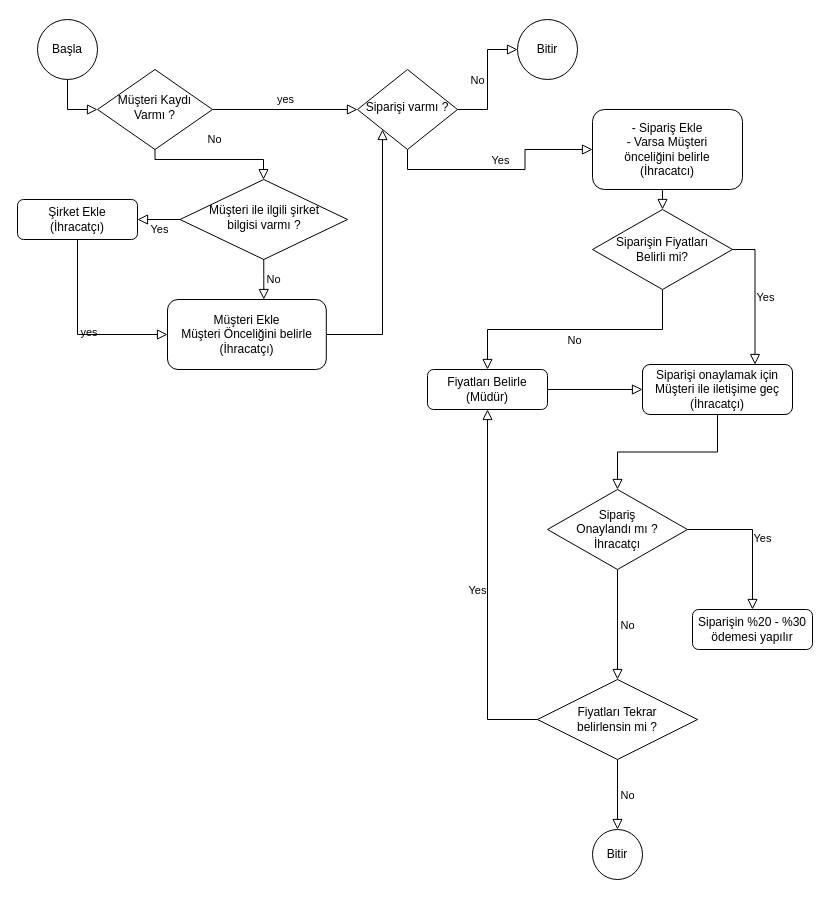
Earlier version of the draw.io diagram akisdiyagrami.drawio (viacelal/akisdiagrami). Source tidied: cells renumbered, new cells numbered last; positions are measured from the earlier drawing's top-left corner, leaving out a move shared by most shapes. Both pictures are drawn from the tidied source at 100%, with x=0, y=0 at pixel (17, 19).
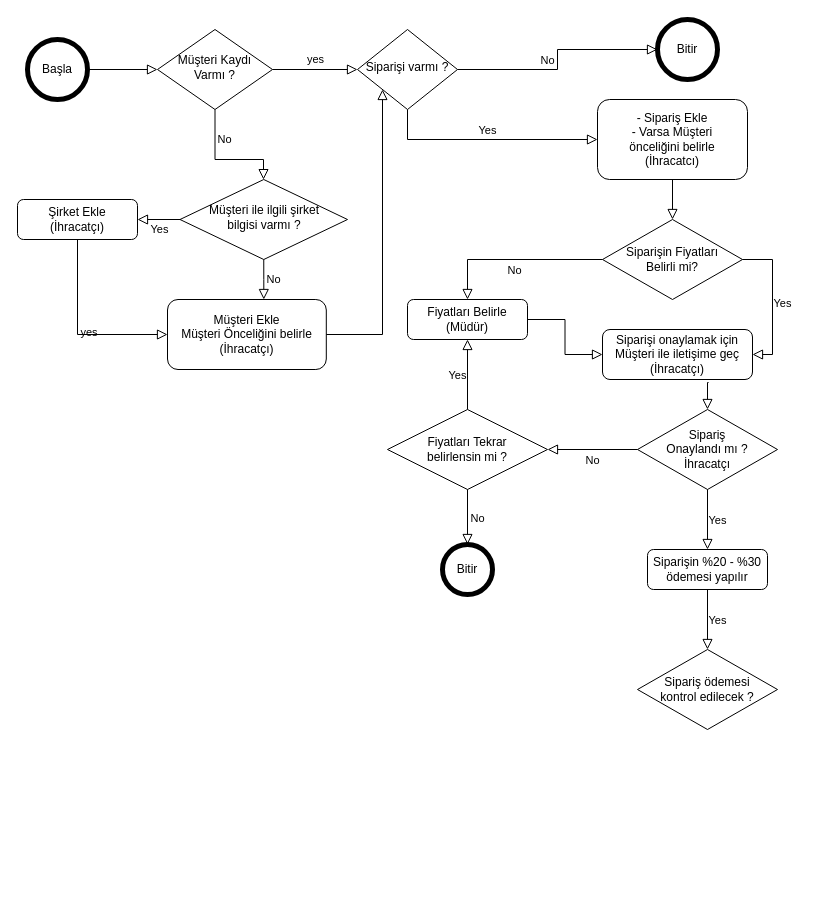
The same diagram, later.

Unchanged cells that the change refers to:
```xml
<mxCell id="4" value="Müşteri ile ilgili şirket &lt;br&gt;bilgisi varmı ?" style="rhombus;whiteSpace=wrap;html=1;shadow=0;fontFamily=Helvetica;fontSize=12;align=center;strokeWidth=1;spacing=6;spacingTop=-4;" parent="1" vertex="1">
  <mxGeometry x="162.5" y="160" width="167.5" height="80" as="geometry" />
</mxCell>
```

Change to the diagram source:
```diff
@@
-    <mxCell id="2" style="rounded=0;html=1;jettySize=auto;fontSize=11;endArrow=block;endFill=0;endSize=8;strokeWidth=1;shadow=0;labelBackgroundColor=none;edgeStyle=orthogonalEdgeStyle;exitX=0.5;exitY=1;exitDx=0;exitDy=0;entryX=0;entryY=0.5;entryDx=0;entryDy=0;" parent="1" edge="1" source="26" target="7">
+    <mxCell id="2" style="rounded=0;html=1;jettySize=auto;fontSize=11;endArrow=block;endFill=0;endSize=8;strokeWidth=1;shadow=0;labelBackgroundColor=none;edgeStyle=orthogonalEdgeStyle;exitX=1;exitY=0.5;exitDx=0;exitDy=0;entryX=0;entryY=0.5;entryDx=0;entryDy=0;" parent="1" edge="1" source="26" target="7">
       <mxGeometry relative="1" as="geometry" />
     </mxCell>
@@
     <mxCell id="6" value="Siparişi varmı ?" style="rhombus;whiteSpace=wrap;html=1;shadow=0;fontFamily=Helvetica;fontSize=12;align=center;strokeWidth=1;spacing=6;spacingTop=-4;" parent="1" vertex="1">
-      <mxGeometry x="340" y="50" width="100" height="80" as="geometry" />
+      <mxGeometry x="340" y="10" width="100" height="80" as="geometry" />
     </mxCell>
     <mxCell id="7" value="Müşteri Kaydı&lt;br&gt; Varmı ?" style="rhombus;whiteSpace=wrap;html=1;shadow=0;fontFamily=Helvetica;fontSize=12;align=center;strokeWidth=1;spacing=6;spacingTop=-4;" parent="1" vertex="1">
-      <mxGeometry x="80" y="50" width="115" height="80" as="geometry" />
+      <mxGeometry x="140" y="10" width="115" height="80" as="geometry" />
     </mxCell>
@@
     <mxCell id="9" value="- Sipariş Ekle&lt;br&gt;- Varsa Müşteri &lt;br&gt;önceliğini belirle&lt;br&gt;(İhracatcı)" style="rounded=1;whiteSpace=wrap;html=1;fontSize=12;glass=0;strokeWidth=1;shadow=0;" parent="1" vertex="1">
-      <mxGeometry x="575" y="90" width="150" height="80" as="geometry" />
+      <mxGeometry x="580" y="80" width="150" height="80" as="geometry" />
     </mxCell>
     <mxCell id="10" value="No" style="rounded=0;html=1;jettySize=auto;fontSize=11;endArrow=block;endFill=0;endSize=8;strokeWidth=1;shadow=0;labelBackgroundColor=none;edgeStyle=orthogonalEdgeStyle;exitX=0.5;exitY=1;exitDx=0;exitDy=0;" parent="1" edge="1" source="7" target="4">
       <mxGeometry y="20" relative="1" as="geometry">
         <Array as="points">
-          <mxPoint x="138" y="140" />
+          <mxPoint x="198" y="140" />
           <mxPoint x="246" y="140" />
         </Array>
       </mxGeometry>
     </mxCell>
@@
     <mxCell id="17" value="Siparişin Fiyatları &lt;br&gt;Belirli mi?" style="rhombus;whiteSpace=wrap;html=1;" parent="1" vertex="1">
-      <mxGeometry x="575" y="190" width="140" height="80" as="geometry" />
+      <mxGeometry x="585" y="200" width="140" height="80" as="geometry" />
     </mxCell>
-    <mxCell id="18" value="No" style="edgeStyle=orthogonalEdgeStyle;rounded=0;html=1;jettySize=auto;fontSize=11;endArrow=block;endFill=0;endSize=8;strokeWidth=1;shadow=0;labelBackgroundColor=none;exitX=0.5;exitY=1;exitDx=0;exitDy=0;entryX=0.5;entryY=0;entryDx=0;entryDy=0;" parent="1" edge="1" source="17" target="19">
+    <mxCell id="18" value="No" style="edgeStyle=orthogonalEdgeStyle;rounded=0;html=1;jettySize=auto;fontSize=11;endArrow=block;endFill=0;endSize=8;strokeWidth=1;shadow=0;labelBackgroundColor=none;exitX=0;exitY=0.5;exitDx=0;exitDy=0;entryX=0.5;entryY=0;entryDx=0;entryDy=0;" parent="1" edge="1" source="17" target="19">
       <mxGeometry y="10" relative="1" as="geometry">
         <mxPoint y="1" as="offset" />
       </mxGeometry>
     </mxCell>
     <mxCell id="19" value="Fiyatları Belirle&lt;br&gt;(Müdür)" style="rounded=1;whiteSpace=wrap;html=1;fontSize=12;glass=0;strokeWidth=1;shadow=0;" parent="1" vertex="1">
-      <mxGeometry x="410" y="350" width="120" height="40" as="geometry" />
+      <mxGeometry x="390" y="280" width="120" height="40" as="geometry" />
     </mxCell>
@@
     <mxCell id="21" value="Sipariş &lt;br&gt;Onaylandı mı ?&lt;br&gt;İhracatçı" style="rhombus;whiteSpace=wrap;html=1;" parent="1" vertex="1">
-      <mxGeometry x="530" y="470" width="140" height="80" as="geometry" />
+      <mxGeometry x="620" y="390" width="140" height="80" as="geometry" />
     </mxCell>
-    <mxCell id="22" value="Yes" style="edgeStyle=orthogonalEdgeStyle;rounded=0;html=1;jettySize=auto;fontSize=11;endArrow=block;endFill=0;endSize=8;strokeWidth=1;shadow=0;labelBackgroundColor=none;exitX=1;exitY=0.5;exitDx=0;exitDy=0;entryX=0.75;entryY=0;entryDx=0;entryDy=0;" parent="1" edge="1" source="17" target="32">
+    <mxCell id="22" value="Yes" style="edgeStyle=orthogonalEdgeStyle;rounded=0;html=1;jettySize=auto;fontSize=11;endArrow=block;endFill=0;endSize=8;strokeWidth=1;shadow=0;labelBackgroundColor=none;exitX=1;exitY=0.5;exitDx=0;exitDy=0;entryX=1;entryY=0.5;entryDx=0;entryDy=0;" parent="1" edge="1" source="17" target="32">
       <mxGeometry y="10" relative="1" as="geometry">
         <mxPoint y="1" as="offset" />
       </mxGeometry>
     </mxCell>
-    <mxCell id="23" value="Yes" style="edgeStyle=orthogonalEdgeStyle;rounded=0;html=1;jettySize=auto;fontSize=11;endArrow=block;endFill=0;endSize=8;strokeWidth=1;shadow=0;labelBackgroundColor=none;exitX=1;exitY=0.5;exitDx=0;exitDy=0;entryX=0.5;entryY=0;entryDx=0;entryDy=0;" parent="1" edge="1" source="21" target="34">
+    <mxCell id="23" value="Yes" style="edgeStyle=orthogonalEdgeStyle;rounded=0;html=1;jettySize=auto;fontSize=11;endArrow=block;endFill=0;endSize=8;strokeWidth=1;shadow=0;labelBackgroundColor=none;exitX=0.5;exitY=1;exitDx=0;exitDy=0;entryX=0.5;entryY=0;entryDx=0;entryDy=0;" parent="1" edge="1" source="21" target="34">
       <mxGeometry y="10" relative="1" as="geometry">
         <mxPoint y="1" as="offset" />
       </mxGeometry>
     </mxCell>
-    <mxCell id="24" value="No" style="edgeStyle=orthogonalEdgeStyle;rounded=0;html=1;jettySize=auto;fontSize=11;endArrow=block;endFill=0;endSize=8;strokeWidth=1;shadow=0;labelBackgroundColor=none;exitX=0.5;exitY=1;exitDx=0;exitDy=0;entryX=0.5;entryY=0;entryDx=0;entryDy=0;" parent="1" edge="1" source="21" target="29">
+    <mxCell id="24" value="No" style="edgeStyle=orthogonalEdgeStyle;rounded=0;html=1;jettySize=auto;fontSize=11;endArrow=block;endFill=0;endSize=8;strokeWidth=1;shadow=0;labelBackgroundColor=none;exitX=0;exitY=0.5;exitDx=0;exitDy=0;entryX=1;entryY=0.5;entryDx=0;entryDy=0;" parent="1" edge="1" source="21" target="29">
       <mxGeometry y="10" relative="1" as="geometry">
         <mxPoint y="1" as="offset" />
       </mxGeometry>
     </mxCell>
-    <mxCell id="25" value="Yes" style="edgeStyle=orthogonalEdgeStyle;rounded=0;html=1;jettySize=auto;fontSize=11;endArrow=block;endFill=0;endSize=8;strokeWidth=1;shadow=0;labelBackgroundColor=none;entryX=0.5;entryY=1;entryDx=0;entryDy=0;exitX=0;exitY=0.5;exitDx=0;exitDy=0;" parent="1" edge="1" source="29" target="19">
+    <mxCell id="25" value="Yes" style="edgeStyle=orthogonalEdgeStyle;rounded=0;html=1;jettySize=auto;fontSize=11;endArrow=block;endFill=0;endSize=8;strokeWidth=1;shadow=0;labelBackgroundColor=none;entryX=0.5;entryY=1;entryDx=0;entryDy=0;exitX=0.5;exitY=0;exitDx=0;exitDy=0;" parent="1" edge="1" source="29" target="19">
       <mxGeometry y="10" relative="1" as="geometry">
         <mxPoint y="1" as="offset" />
       </mxGeometry>
     </mxCell>
-    <mxCell id="26" value="Başla" style="ellipse;whiteSpace=wrap;html=1;" parent="1" vertex="1">
-      <mxGeometry x="20" width="60" height="60" as="geometry" />
+    <mxCell id="26" value="Başla" style="ellipse;whiteSpace=wrap;html=1;strokeWidth=5;" parent="1" vertex="1">
+      <mxGeometry x="10" y="20" width="60" height="60" as="geometry" />
     </mxCell>
-    <mxCell id="27" value="Bitir" style="ellipse;whiteSpace=wrap;html=1;" parent="1" vertex="1">
-      <mxGeometry x="500" width="60" height="60" as="geometry" />
+    <mxCell id="27" value="Bitir" style="ellipse;whiteSpace=wrap;html=1;strokeWidth=5;" parent="1" vertex="1">
+      <mxGeometry x="640" width="60" height="60" as="geometry" />
     </mxCell>
@@
     <mxCell id="29" value="Fiyatları Tekrar &lt;br&gt;belirlensin mi ?" style="rhombus;whiteSpace=wrap;html=1;" parent="1" vertex="1">
-      <mxGeometry x="520" y="660" width="160" height="80" as="geometry" />
+      <mxGeometry x="370" y="390" width="160" height="80" as="geometry" />
     </mxCell>
-    <mxCell id="30" value="Bitir" style="ellipse;whiteSpace=wrap;html=1;" parent="1" vertex="1">
-      <mxGeometry x="575" y="810" width="50" height="50" as="geometry" />
+    <mxCell id="30" value="Bitir" style="ellipse;whiteSpace=wrap;html=1;strokeWidth=5;" parent="1" vertex="1">
+      <mxGeometry x="425" y="525" width="50" height="50" as="geometry" />
     </mxCell>
@@
     <mxCell id="32" value="Siparişi onaylamak için Müşteri ile iletişime geç&lt;br&gt;(İhracatçı)" style="rounded=1;whiteSpace=wrap;html=1;fontSize=12;glass=0;strokeWidth=1;shadow=0;" parent="1" vertex="1">
-      <mxGeometry x="625" y="345" width="150" height="50" as="geometry" />
+      <mxGeometry x="585" y="310" width="150" height="50" as="geometry" />
     </mxCell>
-    <mxCell id="33" style="edgeStyle=orthogonalEdgeStyle;rounded=0;html=1;jettySize=auto;fontSize=11;endArrow=block;endFill=0;endSize=8;strokeWidth=1;shadow=0;labelBackgroundColor=none;exitX=0.5;exitY=1;exitDx=0;exitDy=0;entryX=0.5;entryY=0;entryDx=0;entryDy=0;" parent="1" edge="1" source="32" target="21">
+    <mxCell id="33" style="edgeStyle=orthogonalEdgeStyle;rounded=0;html=1;jettySize=auto;fontSize=11;endArrow=block;endFill=0;endSize=8;strokeWidth=1;shadow=0;labelBackgroundColor=none;exitX=0.707;exitY=1.06;exitDx=0;exitDy=0;entryX=0.5;entryY=0;entryDx=0;entryDy=0;exitPerimeter=0;" parent="1" edge="1" source="32" target="21">
       <mxGeometry y="10" relative="1" as="geometry">
         <mxPoint y="1" as="offset" />
       </mxGeometry>
     </mxCell>
     <mxCell id="34" value="Siparişin %20 - %30 ödemesi yapılır" style="rounded=1;whiteSpace=wrap;html=1;fontSize=12;glass=0;strokeWidth=1;shadow=0;" parent="1" vertex="1">
-      <mxGeometry x="675" y="590" width="120" height="40" as="geometry" />
+      <mxGeometry x="630" y="530" width="120" height="40" as="geometry" />
     </mxCell>
+    <mxCell id="35" value="Sipariş ödemesi &lt;br&gt;kontrol edilecek ?" style="rhombus;whiteSpace=wrap;html=1;" parent="1" vertex="1">
+      <mxGeometry x="620" y="630" width="140" height="80" as="geometry" />
+    </mxCell>
+    <mxCell id="36" value="Yes" style="edgeStyle=orthogonalEdgeStyle;rounded=0;html=1;jettySize=auto;fontSize=11;endArrow=block;endFill=0;endSize=8;strokeWidth=1;shadow=0;labelBackgroundColor=none;exitX=0.5;exitY=1;exitDx=0;exitDy=0;" parent="1" edge="1" source="34" target="35">
+      <mxGeometry y="10" relative="1" as="geometry">
+        <mxPoint y="1" as="offset" />
+      </mxGeometry>
+    </mxCell>
```
